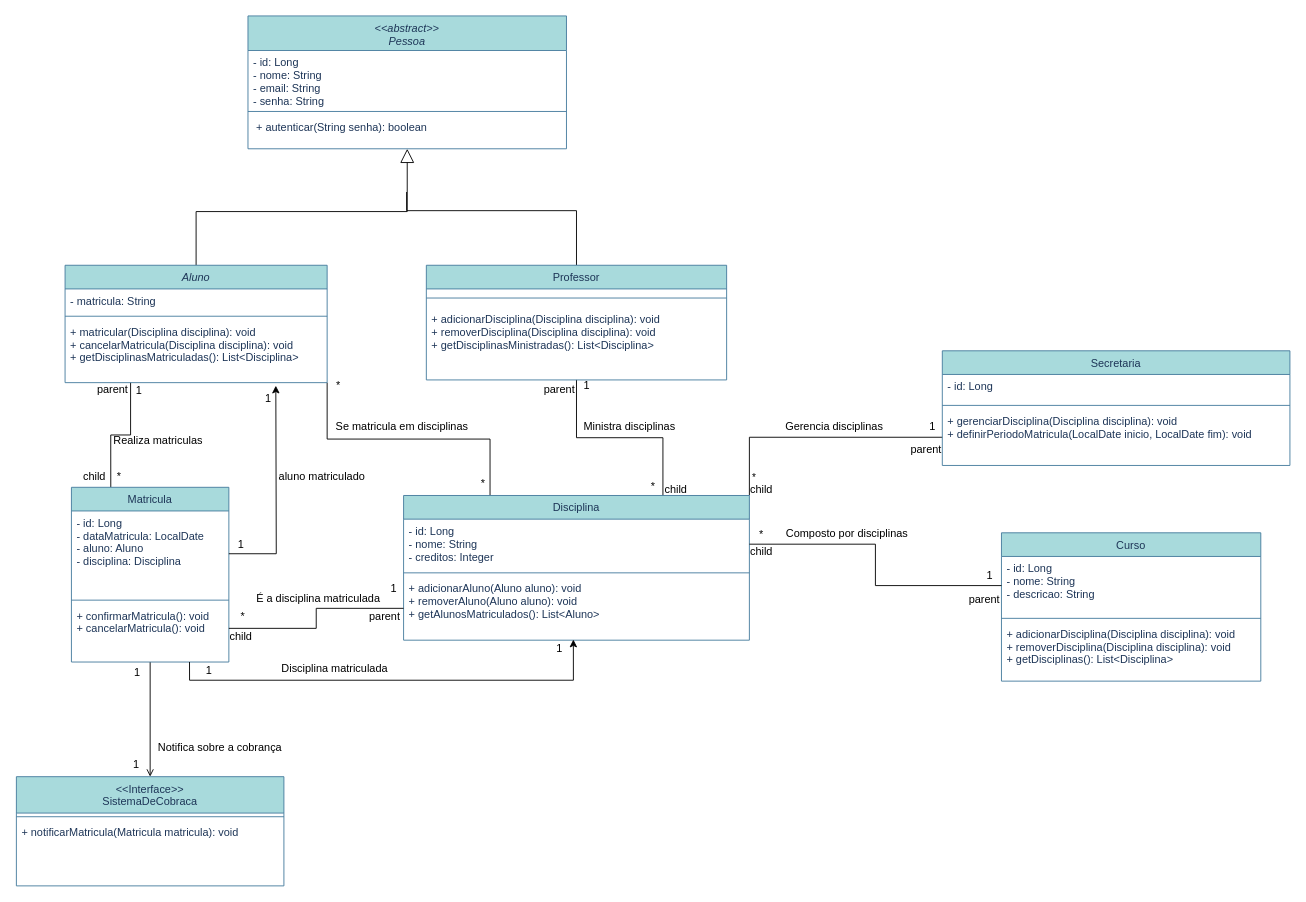
This is Diagramas/Diagrama_de_class_update.drawio from kaiohs333/Projeto-de-software---Sistema-de-Matr-cula---Kaio, a draw.io file, before an edit. Source tidied: cells renumbered, new cells numbered last; positions are measured from the earlier drawing's top-left corner, leaving out a move shared by most shapes. Both pictures are drawn from the tidied source at 91%, with x=0, y=0 at pixel (16, 15).
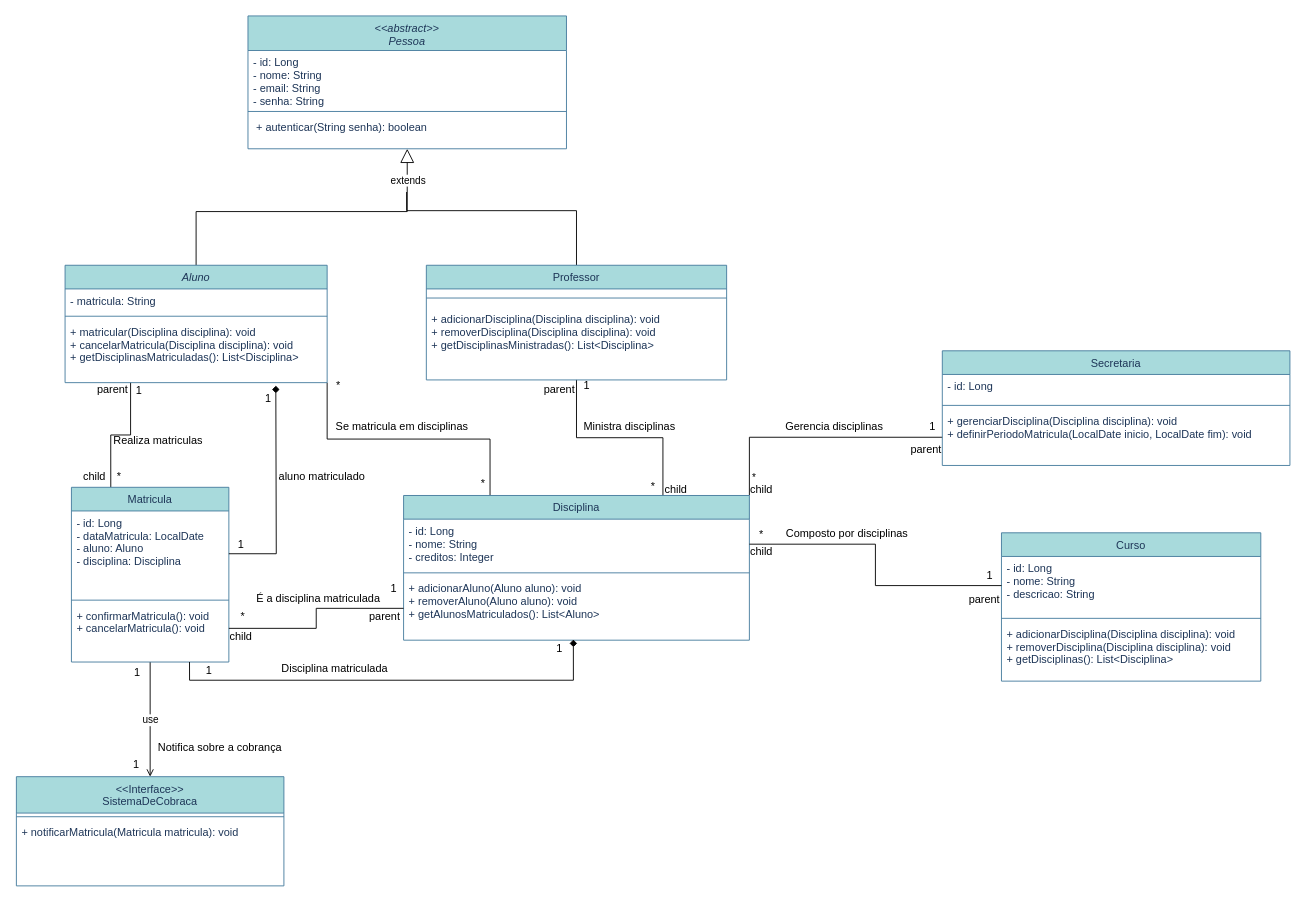
Above is the later version.

Commit message (it also covers changes not shown here):
update diagrama de class - ajuste nas setas

Unchanged cells that the change refers to:
```xml
<mxCell id="2" style="edgeStyle=orthogonalEdgeStyle;rounded=0;jettySize=auto;html=1;exitX=0.5;exitY=0;exitDx=0;exitDy=0;entryX=0.5;entryY=1;entryDx=0;entryDy=0;endArrow=block;endFill=0;endSize=13;" parent="1" edge="1" source="5" target="37">
  <mxGeometry relative="1" as="geometry" />
</mxCell>
<mxCell id="14" style="edgeStyle=orthogonalEdgeStyle;rounded=0;jettySize=auto;html=1;exitX=0.5;exitY=1;exitDx=0;exitDy=0;entryX=0.5;entryY=0;entryDx=0;entryDy=0;endArrow=open;endFill=0;" parent="1" edge="1" source="15" target="34">
  <mxGeometry relative="1" as="geometry" />
</mxCell>
<mxCell id="15" value="Matricula" style="swimlane;fontStyle=0;align=center;verticalAlign=top;horizontal=1;startSize=26;rounded=0;shadow=0;strokeWidth=1;labelBackgroundColor=none;fillColor=#A8DADC;strokeColor=#457B9D;fontColor=#1D3557;" parent="1" vertex="1">
  <mxGeometry x="60" y="518" width="173" height="192" as="geometry" />
</mxCell>
<mxCell id="17" value="- id: Long&#10;    - dataMatricula: LocalDate&#10;    - aluno: Aluno&#10;    - disciplina: Disciplina" style="text;align=left;verticalAlign=top;spacingLeft=4;spacingRight=4;overflow=hidden;points=[[0,0.5],[1,0.5]];portConstraint=eastwest;labelBackgroundColor=none;fontColor=#1D3557;" parent="15" vertex="1">
  <mxGeometry y="26" width="173" height="94" as="geometry" />
</mxCell>
<mxCell id="25" value="+ adicionarAluno(Aluno aluno): void&#10;    + removerAluno(Aluno aluno): void&#10;    + getAlunosMatriculados(): List&lt;Aluno&gt;" style="text;align=left;verticalAlign=top;spacingLeft=4;spacingRight=4;overflow=hidden;points=[[0,0.5],[1,0.5]];portConstraint=eastwest;labelBackgroundColor=none;fontColor=#1D3557;" parent="22" vertex="1">
  <mxGeometry y="89" width="380" height="70" as="geometry" />
</mxCell>
```

What changed in the source:
```diff
@@
+    <mxCell id="80" value="extends" style="edgeLabel;html=1;align=center;verticalAlign=middle;" parent="2" vertex="1">
+      <mxGeometry x="0.81" relative="1" as="geometry" />
+    </mxCell>
@@
+    <mxCell id="81" value="use" style="edgeLabel;html=1;align=center;verticalAlign=middle;" parent="14" vertex="1">
+      <mxGeometry relative="1" as="geometry" />
+    </mxCell>
@@
-    <mxCell id="16" style="edgeStyle=orthogonalEdgeStyle;rounded=0;jettySize=auto;html=1;exitX=1;exitY=0.5;exitDx=0;exitDy=0;" parent="15" edge="1" source="17">
+    <mxCell id="16" style="edgeStyle=orthogonalEdgeStyle;rounded=0;jettySize=auto;html=1;exitX=1;exitY=0.5;exitDx=0;exitDy=0;endArrow=diamond;endFill=1;" parent="15" edge="1" source="17">
       <mxGeometry relative="1" as="geometry">
         <mxPoint x="224.6" y="-111.7" as="targetPoint" />
       </mxGeometry>
     </mxCell>
@@
-    <mxCell id="60" style="edgeStyle=orthogonalEdgeStyle;rounded=0;jettySize=auto;html=1;exitX=0.75;exitY=1;exitDx=0;exitDy=0;entryX=0.491;entryY=0.99;entryDx=0;entryDy=0;entryPerimeter=0;" parent="1" edge="1" source="15" target="25">
+    <mxCell id="60" style="edgeStyle=orthogonalEdgeStyle;rounded=0;jettySize=auto;html=1;exitX=0.75;exitY=1;exitDx=0;exitDy=0;entryX=0.491;entryY=0.99;entryDx=0;entryDy=0;entryPerimeter=0;endArrow=diamond;endFill=1;" parent="1" edge="1" source="15" target="25">
       <mxGeometry relative="1" as="geometry" />
     </mxCell>
```
